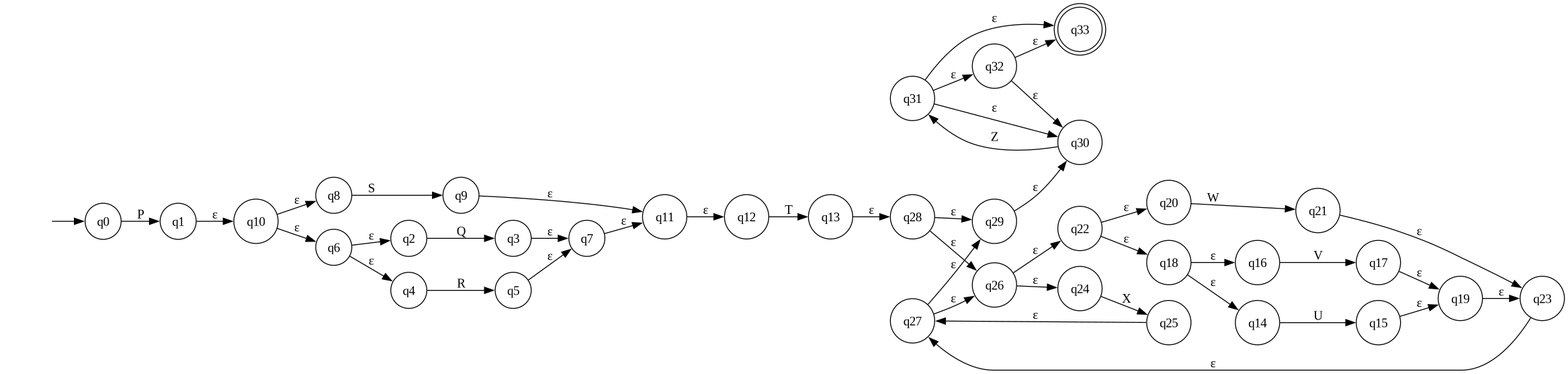
Above: lab4/regex_nfa_P_Q_OR_R_OR_S_T_U_OR_V_OR_W_OR_X__STAR_Z_PLUS_.png in andyp1xe1/lfa_labs (Graphviz), before the change. Its source is kept beside it as lab4/regex_nfa_P_Q_OR_R_OR_S_T_U_OR_V_OR_W_OR_X__STAR_Z_PLUS_.dot.
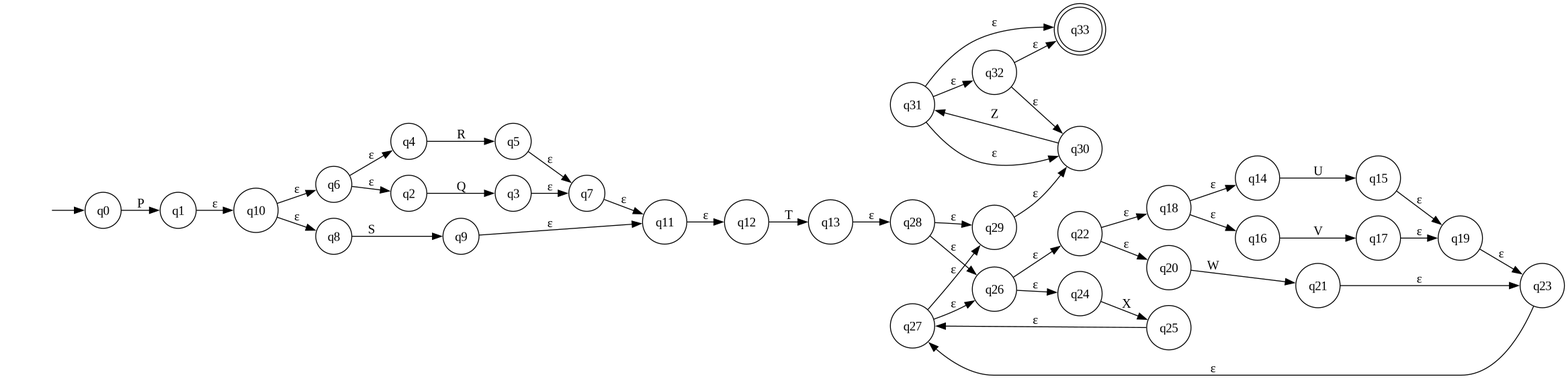
Above is the later version.

Diff of the diagram source:
```diff
@@ -4,47 +4,47 @@
   "q33" [shape=doublecircle];
   "" [shape=none];
   "" -> "q0";
+  "q25" -> "q27" [label="ε"];
+  "q16" -> "q17" [label="V"];
+  "q15" -> "q19" [label="ε"];
+  "q7" -> "q11" [label="ε"];
   "q11" -> "q12" [label="ε"];
+  "q13" -> "q28" [label="ε"];
+  "q4" -> "q5" [label="R"];
+  "q24" -> "q25" [label="X"];
+  "q31" -> "q30" [label="ε"];
+  "q31" -> "q32" [label="ε"];
+  "q31" -> "q33" [label="ε"];
+  "q3" -> "q7" [label="ε"];
+  "q9" -> "q11" [label="ε"];
+  "q28" -> "q29" [label="ε"];
+  "q28" -> "q26" [label="ε"];
+  "q23" -> "q27" [label="ε"];
+  "q30" -> "q31" [label="Z"];
+  "q29" -> "q30" [label="ε"];
+  "q10" -> "q6" [label="ε"];
+  "q10" -> "q8" [label="ε"];
+  "q22" -> "q18" [label="ε"];
+  "q22" -> "q20" [label="ε"];
+  "q14" -> "q15" [label="U"];
   "q21" -> "q23" [label="ε"];
+  "q8" -> "q9" [label="S"];
+  "q26" -> "q22" [label="ε"];
+  "q26" -> "q24" [label="ε"];
+  "q12" -> "q13" [label="T"];
+  "q0" -> "q1" [label="P"];
   "q5" -> "q7" [label="ε"];
-  "q8" -> "q9" [label="S"];
-  "q9" -> "q11" [label="ε"];
+  "q27" -> "q29" [label="ε"];
+  "q27" -> "q26" [label="ε"];
   "q6" -> "q2" [label="ε"];
   "q6" -> "q4" [label="ε"];
-  "q10" -> "q6" [label="ε"];
-  "q10" -> "q8" [label="ε"];
-  "q15" -> "q19" [label="ε"];
-  "q2" -> "q3" [label="Q"];
-  "q1" -> "q10" [label="ε"];
-  "q14" -> "q15" [label="U"];
-  "q31" -> "q33" [label="ε"];
-  "q31" -> "q30" [label="ε"];
-  "q31" -> "q32" [label="ε"];
-  "q4" -> "q5" [label="R"];
-  "q24" -> "q25" [label="X"];
-  "q27" -> "q29" [label="ε"];
-  "q27" -> "q26" [label="ε"];
-  "q3" -> "q7" [label="ε"];
-  "q26" -> "q22" [label="ε"];
-  "q26" -> "q24" [label="ε"];
-  "q13" -> "q28" [label="ε"];
-  "q0" -> "q1" [label="P"];
-  "q30" -> "q31" [label="Z"];
-  "q17" -> "q19" [label="ε"];
-  "q29" -> "q30" [label="ε"];
-  "q22" -> "q18" [label="ε"];
-  "q22" -> "q20" [label="ε"];
-  "q23" -> "q27" [label="ε"];
-  "q16" -> "q17" [label="V"];
-  "q20" -> "q21" [label="W"];
   "q32" -> "q33" [label="ε"];
   "q32" -> "q30" [label="ε"];
-  "q28" -> "q29" [label="ε"];
-  "q28" -> "q26" [label="ε"];
+  "q2" -> "q3" [label="Q"];
+  "q18" -> "q16" [label="ε"];
   "q18" -> "q14" [label="ε"];
-  "q18" -> "q16" [label="ε"];
-  "q7" -> "q11" [label="ε"];
-  "q12" -> "q13" [label="T"];
   "q19" -> "q23" [label="ε"];
-  "q25" -> "q27" [label="ε"];
+  "q20" -> "q21" [label="W"];
+  "q1" -> "q10" [label="ε"];
+  "q17" -> "q19" [label="ε"];
 }
```
